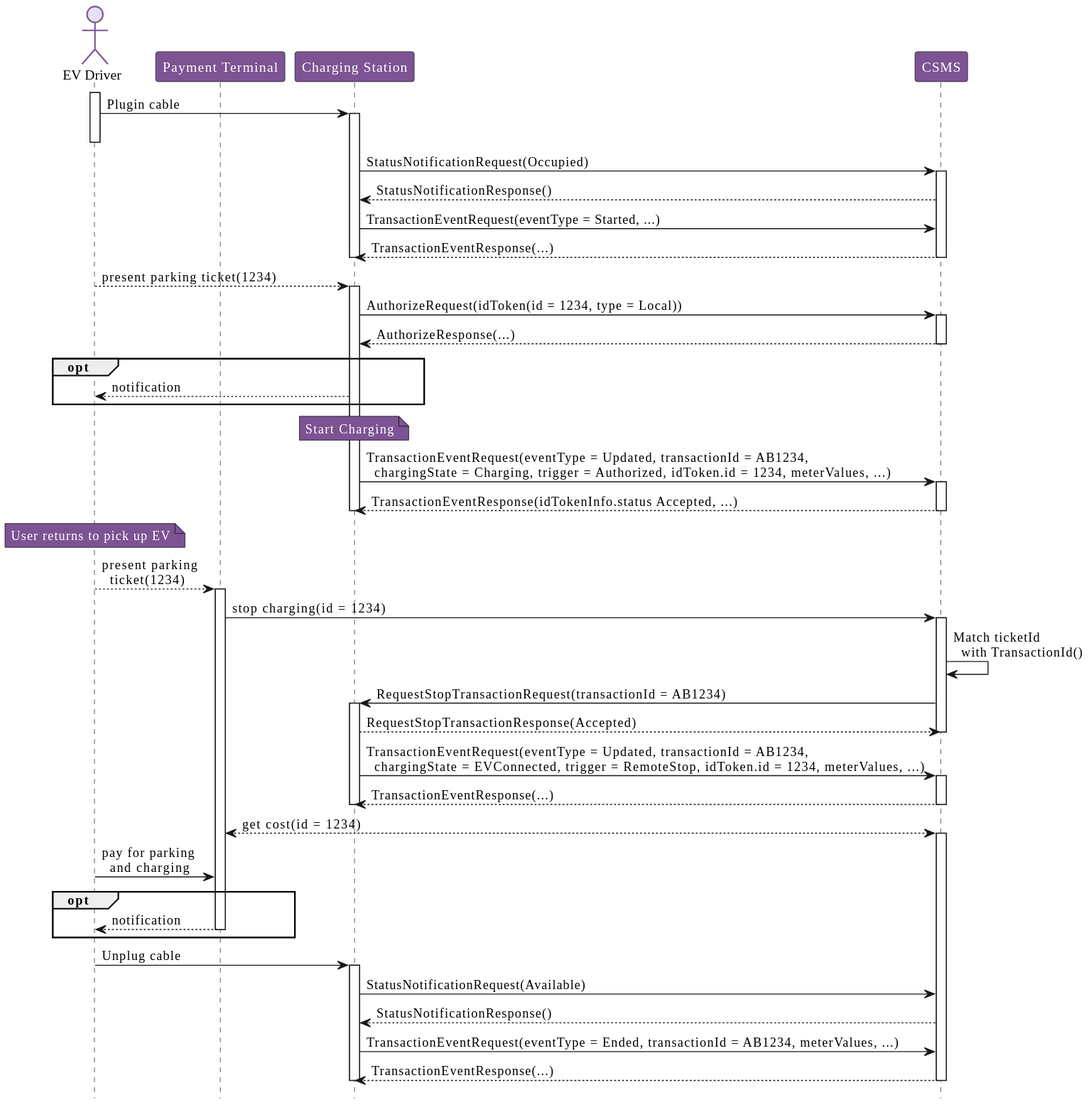
This is OCPP_2.0.1/part2/images/figure_26.svg from phoi5675/ocpp-markdown, a PlantUML export, as it was before one commit.
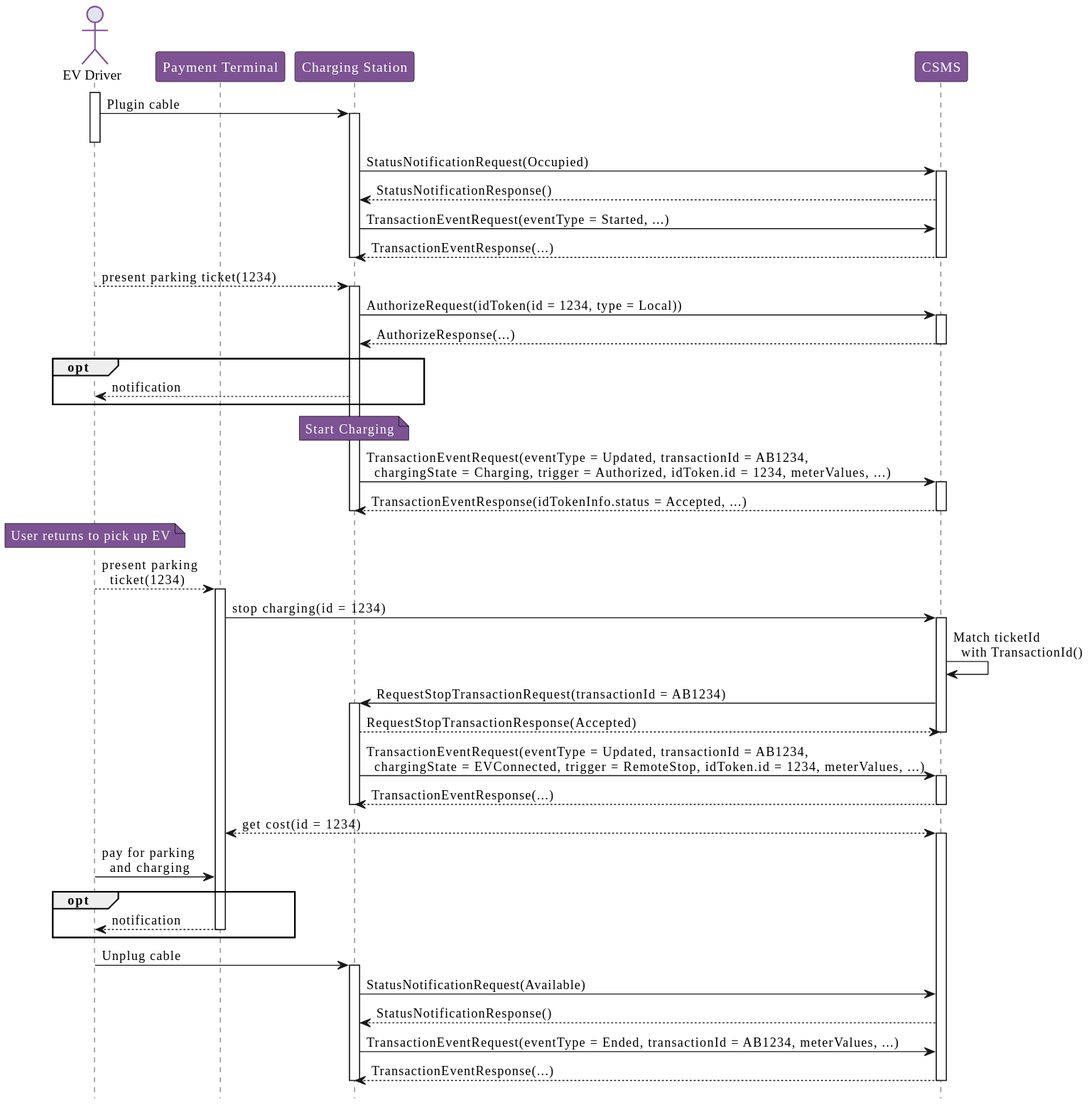
The same diagram one commit later.

Diff of the diagram source:
```diff
@@ -18,7 +18,7 @@
 
 CSMS --> ChargingStation: StatusNotificationResponse()
 
-ChargingStation -> CSMS: TransactionEventRequest(eventType  Started, ...)
+ChargingStation -> CSMS: TransactionEventRequest(eventType = Started, ...)
 
 CSMS --> ChargingStation: TransactionEventResponse(...)
 deactivate ChargingStation
@@ -44,7 +44,7 @@
 ChargingStation -> CSMS:   TransactionEventRequest(eventType = Updated, transactionId = AB1234, \n  chargingState = Charging, trigger = Authorized, idToken.id = 1234, meterValues, ...)
 activate CSMS
 
-CSMS --> ChargingStation: TransactionEventResponse(idTokenInfo.status  Accepted, ...)
+CSMS --> ChargingStation: TransactionEventResponse(idTokenInfo.status = Accepted, ...)
 deactivate CSMS
 deactivate ChargingStation
 
```
